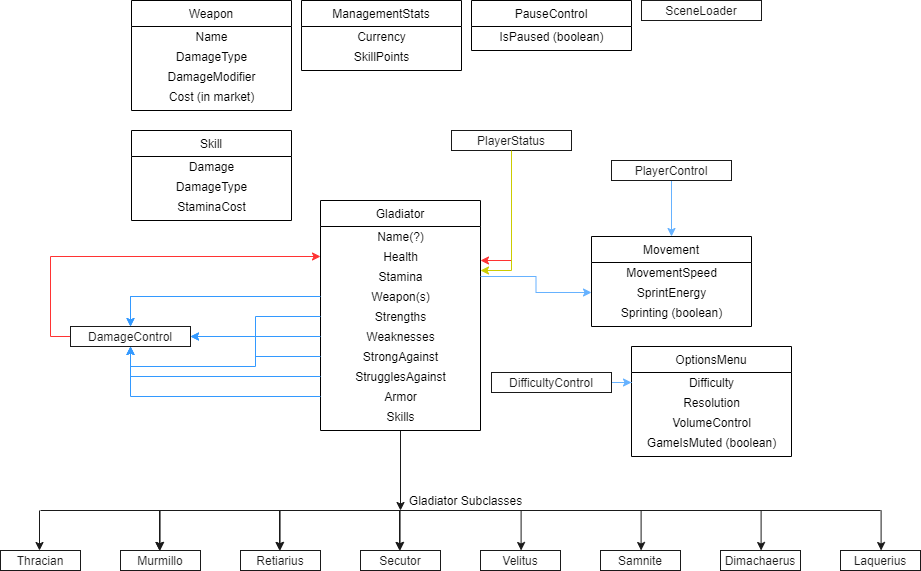
Before: artifacts/Pictures/Class-Diagram/ClassDiagram.png, a diagram exported from draw.io (COP4331-Proj/Retaking-Olympos). Source tidied: cells renumbered, new cells last; positions are measured from the earlier drawing's top-left corner, leaving out a move shared by most shapes.
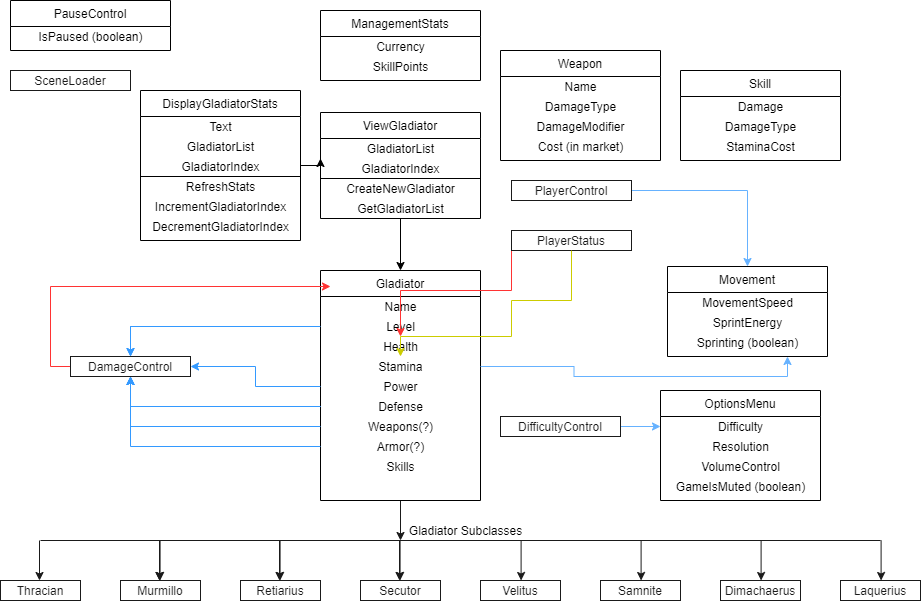
The same file after the commit.

Commit message:
Updated Class Diagram with View Gladiator Classes

What changed in the source:
```diff
@@ -8,40 +8,38 @@
       </mxGeometry>
     </mxCell>
     <mxCell id="3" value="Gladiator" style="swimlane;fontStyle=0;align=center;verticalAlign=top;horizontal=1;startSize=26;rounded=0;shadow=0;strokeWidth=1;" parent="1" vertex="1">
-      <mxGeometry x="320" y="200" width="160" height="230" as="geometry" />
+      <mxGeometry x="320" y="240" width="160" height="230" as="geometry" />
     </mxCell>
-    <mxCell id="4" value="Name(?)" style="text;html=1;align=center;verticalAlign=middle;" parent="3" vertex="1">
+    <mxCell id="4" value="Name" style="text;html=1;align=center;verticalAlign=middle;" parent="3" vertex="1">
       <mxGeometry y="26" width="160" height="20" as="geometry" />
     </mxCell>
+    <mxCell id="7" value="Level" style="text;html=1;align=center;verticalAlign=middle;points=[];" parent="3" vertex="1">
+      <mxGeometry y="46" width="160" height="20" as="geometry" />
+    </mxCell>
     <mxCell id="5" value="Health" style="text;html=1;align=center;verticalAlign=middle;points=[];" parent="3" vertex="1">
-      <mxGeometry y="46" width="160" height="20" as="geometry" />
+      <mxGeometry y="66" width="160" height="20" as="geometry" />
     </mxCell>
     <mxCell id="6" value="Stamina&lt;br&gt;" style="text;html=1;align=center;verticalAlign=middle;points=[];" parent="3" vertex="1">
-      <mxGeometry y="66" width="160" height="20" as="geometry" />
+      <mxGeometry y="86" width="160" height="20" as="geometry" />
     </mxCell>
-    <mxCell id="7" value="Weapon(s)" style="text;html=1;align=center;verticalAlign=middle;points=[];" parent="3" vertex="1">
-      <mxGeometry y="86" width="160" height="20" as="geometry" />
-    </mxCell>
-    <mxCell id="8" value="Strengths" style="text;html=1;align=center;verticalAlign=middle;points=[];" parent="3" vertex="1">
+    <mxCell id="8" value="Power" style="text;html=1;align=center;verticalAlign=middle;points=[];" parent="3" vertex="1">
       <mxGeometry y="106" width="160" height="20" as="geometry" />
     </mxCell>
-    <mxCell id="9" value="Weaknesses" style="text;html=1;align=center;verticalAlign=middle;points=[];" parent="3" vertex="1">
+    <mxCell id="9" value="Defense" style="text;html=1;align=center;verticalAlign=middle;points=[];" parent="3" vertex="1">
       <mxGeometry y="126" width="160" height="20" as="geometry" />
     </mxCell>
-    <mxCell id="10" value="StrongAgainst" style="text;html=1;align=center;verticalAlign=middle;points=[];" parent="3" vertex="1">
+    <mxCell id="10" value="Weapons(?)" style="text;html=1;align=center;verticalAlign=middle;points=[];" parent="3" vertex="1">
       <mxGeometry y="146" width="160" height="20" as="geometry" />
     </mxCell>
-    <mxCell id="11" value="StrugglesAgainst" style="text;html=1;align=center;verticalAlign=middle;points=[];" parent="3" vertex="1">
-      <mxGeometry y="166" width="160" height="20" as="geometry" />
-    </mxCell>
-    <mxCell id="12" value="Armor" style="text;html=1;align=center;verticalAlign=middle;points=[];" parent="3" vertex="1">
-      <mxGeometry y="186" width="160" height="20" as="geometry" />
+    <mxCell id="12" value="Armor(?)" style="text;html=1;align=center;verticalAlign=middle;points=[];" parent="3" vertex="1">
+      <mxGeometry y="166" width="160" height="20" as="geometry" />
     </mxCell>
     <mxCell id="13" value="Skills" style="text;html=1;align=center;verticalAlign=middle;" parent="3" vertex="1">
-      <mxGeometry y="206" width="160" height="20" as="geometry" />
+      <mxGeometry y="186" width="160" height="20" as="geometry" />
     </mxCell>
-    <mxCell id="14" style="edgeStyle=orthogonalEdgeStyle;rounded=0;jettySize=auto;html=1;fillColor=#f8cecc;strokeColor=#FF3333;" parent="1" edge="1" source="15" target="5">
+    <mxCell id="14" style="edgeStyle=orthogonalEdgeStyle;rounded=0;jettySize=auto;html=1;fillColor=#f8cecc;strokeColor=#FF3333;" parent="1" edge="1" source="15">
       <mxGeometry relative="1" as="geometry">
+        <mxPoint x="330" y="256" as="targetPoint" />
         <Array as="points">
           <mxPoint x="50" y="336" />
           <mxPoint x="50" y="256" />
@@ -68,14 +66,16 @@
         <mxPoint x="310" y="296" as="sourcePoint" />
       </mxGeometry>
     </mxCell>
-    <mxCell id="21" style="edgeStyle=orthogonalEdgeStyle;rounded=0;jettySize=auto;html=1;entryX=0.5;entryY=1;entryDx=0;entryDy=0;fillColor=#dae8fc;strokeColor=#3399FF;" parent="1" edge="1" source="11" target="15">
-      <mxGeometry relative="1" as="geometry" />
+    <mxCell id="21" style="edgeStyle=orthogonalEdgeStyle;rounded=0;jettySize=auto;html=1;entryX=0.5;entryY=1;entryDx=0;entryDy=0;fillColor=#dae8fc;strokeColor=#3399FF;" parent="1" edge="1" target="15">
+      <mxGeometry relative="1" as="geometry">
+        <mxPoint x="320" y="376" as="sourcePoint" />
+      </mxGeometry>
     </mxCell>
     <mxCell id="22" style="edgeStyle=orthogonalEdgeStyle;rounded=0;jettySize=auto;html=1;fillColor=#dae8fc;strokeColor=#3399FF;" parent="1" edge="1" source="12" target="15">
       <mxGeometry relative="1" as="geometry" />
     </mxCell>
     <mxCell id="23" value="Movement" style="swimlane;fontStyle=0;align=center;verticalAlign=top;horizontal=1;startSize=26;rounded=0;shadow=0;strokeWidth=1;" parent="1" vertex="1">
-      <mxGeometry x="591" y="236" width="160" height="90" as="geometry" />
+      <mxGeometry x="667" y="236" width="160" height="90" as="geometry" />
     </mxCell>
     <mxCell id="24" value="MovementSpeed" style="text;html=1;align=center;verticalAlign=middle;" parent="23" vertex="1">
       <mxGeometry y="26" width="160" height="20" as="geometry" />
@@ -87,13 +87,13 @@
       <mxGeometry y="66" width="160" height="20" as="geometry" />
     </mxCell>
     <mxCell id="27" value="PauseControl" style="swimlane;fontStyle=0;align=center;verticalAlign=top;horizontal=1;startSize=26;rounded=0;shadow=0;strokeWidth=1;" parent="1" vertex="1">
-      <mxGeometry x="471" width="160" height="50" as="geometry" />
+      <mxGeometry x="10" y="-30" width="160" height="50" as="geometry" />
     </mxCell>
     <mxCell id="28" value="IsPaused (boolean)" style="text;html=1;align=center;verticalAlign=middle;" parent="27" vertex="1">
       <mxGeometry y="26" width="160" height="20" as="geometry" />
     </mxCell>
     <mxCell id="29" value="Weapon" style="swimlane;fontStyle=0;align=center;verticalAlign=top;horizontal=1;startSize=26;rounded=0;shadow=0;strokeWidth=1;" parent="1" vertex="1">
-      <mxGeometry x="131" width="160" height="110" as="geometry" />
+      <mxGeometry x="500" y="20" width="160" height="110" as="geometry" />
     </mxCell>
     <mxCell id="30" value="Name" style="text;html=1;align=center;verticalAlign=middle;" parent="29" vertex="1">
       <mxGeometry y="26" width="160" height="20" as="geometry" />
@@ -108,7 +108,7 @@
       <mxGeometry y="86" width="160" height="20" as="geometry" />
     </mxCell>
     <mxCell id="34" value="ManagementStats" style="swimlane;fontStyle=0;align=center;verticalAlign=top;horizontal=1;startSize=26;rounded=0;shadow=0;strokeWidth=1;" parent="1" vertex="1">
-      <mxGeometry x="301" width="160" height="70" as="geometry" />
+      <mxGeometry x="320" y="-20" width="160" height="70" as="geometry" />
     </mxCell>
     <mxCell id="35" value="Currency" style="text;html=1;align=center;verticalAlign=middle;" parent="34" vertex="1">
       <mxGeometry y="26" width="160" height="20" as="geometry" />
@@ -117,7 +117,7 @@
       <mxGeometry y="46" width="160" height="20" as="geometry" />
     </mxCell>
     <mxCell id="37" value="Skill" style="swimlane;fontStyle=0;align=center;verticalAlign=top;horizontal=1;startSize=26;rounded=0;shadow=0;strokeWidth=1;" parent="1" vertex="1">
-      <mxGeometry x="131" y="130" width="160" height="90" as="geometry" />
+      <mxGeometry x="680" y="40" width="160" height="90" as="geometry" />
     </mxCell>
     <mxCell id="38" value="Damage" style="text;html=1;align=center;verticalAlign=middle;" parent="37" vertex="1">
       <mxGeometry y="26" width="160" height="20" as="geometry" />
@@ -129,10 +129,10 @@
       <mxGeometry y="66" width="160" height="20" as="geometry" />
     </mxCell>
     <mxCell id="41" value="SceneLoader" style="text;html=1;fillColor=none;align=center;verticalAlign=middle;rounded=0;labelBorderColor=none;whiteSpace=wrap;strokeColor=#1A1A1A;fontColor=#1A1A1A;" parent="1" vertex="1">
-      <mxGeometry x="641" width="120" height="20" as="geometry" />
+      <mxGeometry x="10" y="40" width="120" height="20" as="geometry" />
     </mxCell>
     <mxCell id="42" value="OptionsMenu" style="swimlane;fontStyle=0;align=center;verticalAlign=top;horizontal=1;startSize=26;rounded=0;shadow=0;strokeWidth=1;" parent="1" vertex="1">
-      <mxGeometry x="631" y="346" width="160" height="110" as="geometry" />
+      <mxGeometry x="660" y="360" width="160" height="110" as="geometry" />
     </mxCell>
     <mxCell id="43" value="Difficulty" style="text;html=1;align=center;verticalAlign=middle;points=[];" parent="42" vertex="1">
       <mxGeometry y="26" width="160" height="20" as="geometry" />
@@ -150,17 +150,19 @@
       <mxGeometry relative="1" as="geometry">
         <Array as="points">
           <mxPoint x="511" y="260" />
+          <mxPoint x="400" y="260" />
         </Array>
       </mxGeometry>
     </mxCell>
     <mxCell id="48" value="PlayerStatus" style="text;html=1;fillColor=none;align=center;verticalAlign=middle;rounded=0;labelBorderColor=none;whiteSpace=wrap;strokeColor=#1A1A1A;fontColor=#1A1A1A;" parent="1" vertex="1">
-      <mxGeometry x="451" y="130" width="120" height="20" as="geometry" />
+      <mxGeometry x="511" y="200" width="120" height="20" as="geometry" />
     </mxCell>
-    <mxCell id="49" style="edgeStyle=orthogonalEdgeStyle;rounded=0;jettySize=auto;html=1;fillColor=#a20025;strokeColor=#CCCC00;" parent="1" edge="1" target="6">
+    <mxCell id="49" style="edgeStyle=orthogonalEdgeStyle;rounded=0;jettySize=auto;html=1;fillColor=#a20025;strokeColor=#CCCC00;exitX=0.5;exitY=1;exitDx=0;exitDy=0;" parent="1" edge="1" source="48" target="6">
       <mxGeometry relative="1" as="geometry">
-        <mxPoint x="511" y="150" as="sourcePoint" />
         <Array as="points">
+          <mxPoint x="571" y="270" />
           <mxPoint x="511" y="270" />
+          <mxPoint x="511" y="306" />
         </Array>
       </mxGeometry>
     </mxCell>
@@ -168,15 +170,15 @@
       <mxGeometry relative="1" as="geometry" />
     </mxCell>
     <mxCell id="51" value="PlayerControl" style="text;html=1;fillColor=none;align=center;verticalAlign=middle;rounded=0;labelBorderColor=none;whiteSpace=wrap;strokeColor=#1A1A1A;fontColor=#1A1A1A;" parent="1" vertex="1">
-      <mxGeometry x="611" y="160" width="120" height="20" as="geometry" />
+      <mxGeometry x="511" y="150" width="120" height="20" as="geometry" />
     </mxCell>
     <mxCell id="52" style="edgeStyle=orthogonalEdgeStyle;rounded=0;jettySize=auto;html=1;strokeColor=#66B2FF;" parent="1" edge="1" source="53" target="43">
       <mxGeometry relative="1" as="geometry" />
     </mxCell>
     <mxCell id="53" value="DifficultyControl" style="text;html=1;fillColor=none;align=center;verticalAlign=middle;rounded=0;labelBorderColor=none;whiteSpace=wrap;strokeColor=#1A1A1A;fontColor=#1A1A1A;" parent="1" vertex="1">
-      <mxGeometry x="491" y="372" width="120" height="20" as="geometry" />
+      <mxGeometry x="500" y="386" width="120" height="20" as="geometry" />
     </mxCell>
-    <mxCell id="54" style="edgeStyle=orthogonalEdgeStyle;rounded=0;jettySize=auto;html=1;strokeColor=#66B2FF;" parent="1" edge="1" source="6" target="25">
+    <mxCell id="54" style="edgeStyle=orthogonalEdgeStyle;rounded=0;jettySize=auto;html=1;strokeColor=#66B2FF;entryX=0.75;entryY=1;entryDx=0;entryDy=0;" parent="1" edge="1" source="6" target="23">
       <mxGeometry relative="1" as="geometry" />
     </mxCell>
     <mxCell id="55" style="endArrow=none;html=1;strokeColor=#1A1A1A;" parent="1" edge="1">
@@ -284,5 +286,57 @@
     <mxCell id="76" value="Gladiator Subclasses" style="text;html=1;align=center;verticalAlign=middle;" parent="1" vertex="1">
       <mxGeometry x="400" y="490" width="130" height="20" as="geometry" />
     </mxCell>
+    <mxCell id="77" value="ViewGladiator" style="swimlane;fontStyle=0;align=center;verticalAlign=top;horizontal=1;startSize=26;rounded=0;shadow=0;strokeWidth=1;swimlaneLine=1;" parent="1" vertex="1">
+      <mxGeometry x="320" y="82" width="160" height="106" as="geometry" />
+    </mxCell>
+    <mxCell id="78" value="GladiatorList" style="text;html=1;align=center;verticalAlign=middle;points=[];" parent="77" vertex="1">
+      <mxGeometry y="26" width="160" height="20" as="geometry" />
+    </mxCell>
+    <mxCell id="79" value="GladiatorIndex" style="text;html=1;align=center;verticalAlign=middle;rounded=0;" parent="77" vertex="1">
+      <mxGeometry y="46" width="160" height="20" as="geometry" />
+    </mxCell>
+    <mxCell id="80" value="CreateNewGladiator" style="text;html=1;align=center;verticalAlign=middle;points=[];perimeterSpacing=0;" parent="77" vertex="1">
+      <mxGeometry y="66" width="160" height="20" as="geometry" />
+    </mxCell>
+    <mxCell id="81" value="GetGladiatorList" style="text;html=1;align=center;verticalAlign=middle;points=[];" parent="77" vertex="1">
+      <mxGeometry y="86" width="160" height="20" as="geometry" />
+    </mxCell>
+    <mxCell id="82" style="endArrow=none;html=1;exitX=0;exitY=0;exitDx=0;exitDy=0;exitPerimeter=0;entryX=0.997;entryY=0;entryDx=0;entryDy=0;entryPerimeter=0;" parent="77" edge="1" source="80" target="80">
+      <mxGeometry relative="1" as="geometry" />
+    </mxCell>
+    <mxCell id="83" style="edgeStyle=orthogonalEdgeStyle;rounded=0;jettySize=auto;html=1;" parent="1" edge="1" source="84" target="78">
+      <mxGeometry relative="1" as="geometry">
+        <Array as="points">
+          <mxPoint x="320" y="135" />
+        </Array>
+      </mxGeometry>
+    </mxCell>
+    <mxCell id="84" value="DisplayGladiatorStats" style="swimlane;fontStyle=0;align=center;verticalAlign=top;horizontal=1;startSize=26;rounded=0;shadow=0;strokeWidth=1;swimlaneLine=1;" parent="1" vertex="1">
+      <mxGeometry x="140" y="60" width="160" height="150" as="geometry" />
+    </mxCell>
+    <mxCell id="85" value="Text" style="text;html=1;align=center;verticalAlign=middle;" parent="84" vertex="1">
+      <mxGeometry y="26" width="160" height="20" as="geometry" />
+    </mxCell>
+    <mxCell id="86" value="GladiatorList" style="text;html=1;align=center;verticalAlign=middle;rounded=0;" parent="84" vertex="1">
+      <mxGeometry y="46" width="160" height="20" as="geometry" />
+    </mxCell>
+    <mxCell id="87" style="endArrow=none;html=1;exitX=0;exitY=0;exitDx=0;exitDy=0;exitPerimeter=0;entryX=0.997;entryY=0;entryDx=0;entryDy=0;entryPerimeter=0;" parent="84" edge="1" source="89" target="89">
+      <mxGeometry relative="1" as="geometry" />
+    </mxCell>
+    <mxCell id="88" value="GladiatorIndex" style="text;html=1;align=center;verticalAlign=middle;" parent="84" vertex="1">
+      <mxGeometry y="66" width="160" height="20" as="geometry" />
+    </mxCell>
+    <mxCell id="89" value="RefreshStats" style="text;html=1;align=center;verticalAlign=middle;points=[];perimeterSpacing=0;" parent="84" vertex="1">
+      <mxGeometry y="86" width="160" height="20" as="geometry" />
+    </mxCell>
+    <mxCell id="90" value="IncrementGladiatorIndex" style="text;html=1;align=center;verticalAlign=middle;" parent="84" vertex="1">
+      <mxGeometry y="106" width="160" height="20" as="geometry" />
+    </mxCell>
+    <mxCell id="91" value="DecrementGladiatorIndex" style="text;html=1;align=center;verticalAlign=middle;" parent="84" vertex="1">
+      <mxGeometry y="126" width="160" height="20" as="geometry" />
+    </mxCell>
+    <mxCell id="92" style="edgeStyle=orthogonalEdgeStyle;rounded=0;jettySize=auto;html=1;entryX=0.5;entryY=0;entryDx=0;entryDy=0;" parent="1" edge="1" source="81" target="3">
+      <mxGeometry relative="1" as="geometry" />
+    </mxCell>
   </root>
 </mxGraphModel>
```
